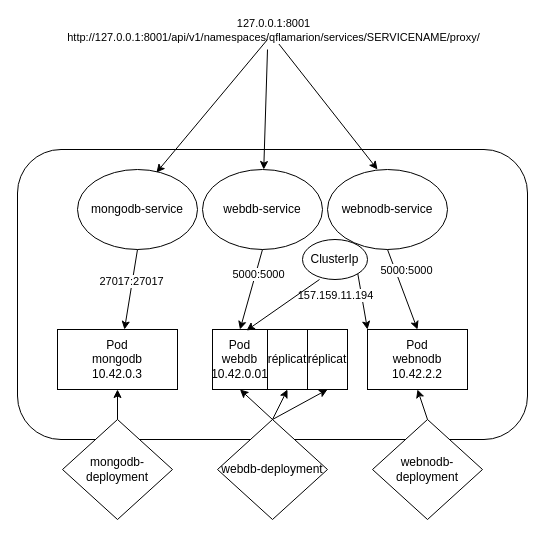
Earlier version of the draw.io diagram challenge1.drawio (ComplexNetTSP/kubernetes-QuentinFl). Source tidied: cells renumbered, new cells numbered last; positions are measured from the earlier drawing's top-left corner, leaving out a move shared by most shapes. Both pictures are drawn from the tidied source at 100%, with x=0, y=0 at pixel (17, 29).
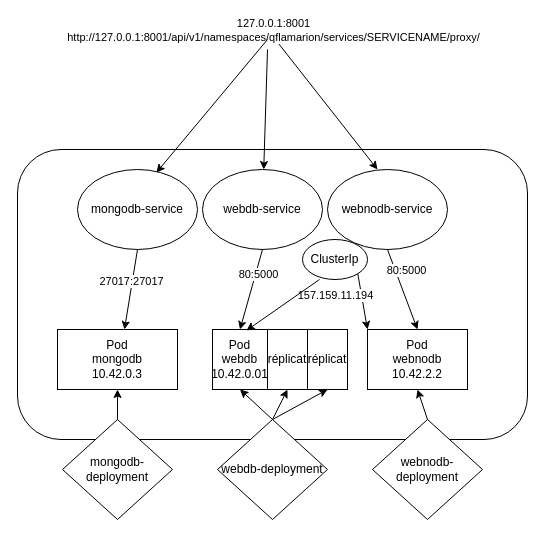
Above is the later version.

Commit message (it also covers changes not shown here):
Mettre à jour challenge1.drawio

The change refers to these unchanged cells:
```xml
<mxCell id="7" style="endArrow=classic;html=1;rounded=0;exitX=0.5;exitY=1;exitDx=0;exitDy=0;entryX=0.5;entryY=0;entryDx=0;entryDy=0;" parent="1" edge="1" source="4" target="3">
  <mxGeometry relative="1" as="geometry" />
</mxCell>
<mxCell id="24" style="endArrow=classic;html=1;rounded=0;entryX=0.5;entryY=0;entryDx=0;entryDy=0;exitX=0.5;exitY=1;exitDx=0;exitDy=0;" parent="1" edge="1" source="20" target="14">
  <mxGeometry relative="1" as="geometry" />
</mxCell>
```

Diff of the diagram source:
```diff
@@
-    <mxCell id="8" value="5000:5000" style="edgeLabel;html=1;align=center;verticalAlign=middle;" parent="7" vertex="1">
+    <mxCell id="8" value="80:5000" style="edgeLabel;html=1;align=center;verticalAlign=middle;" parent="7" vertex="1">
       <mxGeometry x="-0.61" y="-1" relative="1" as="geometry">
         <mxPoint x="13" y="4" as="offset" />
       </mxGeometry>
     </mxCell>
@@
-    <mxCell id="25" value="5000:5000" style="edgeLabel;html=1;align=center;verticalAlign=middle;" parent="24" vertex="1">
+    <mxCell id="25" value="80:5000" style="edgeLabel;html=1;align=center;verticalAlign=middle;" parent="24" vertex="1">
       <mxGeometry x="-0.39" y="2" relative="1" as="geometry" />
     </mxCell>
```
